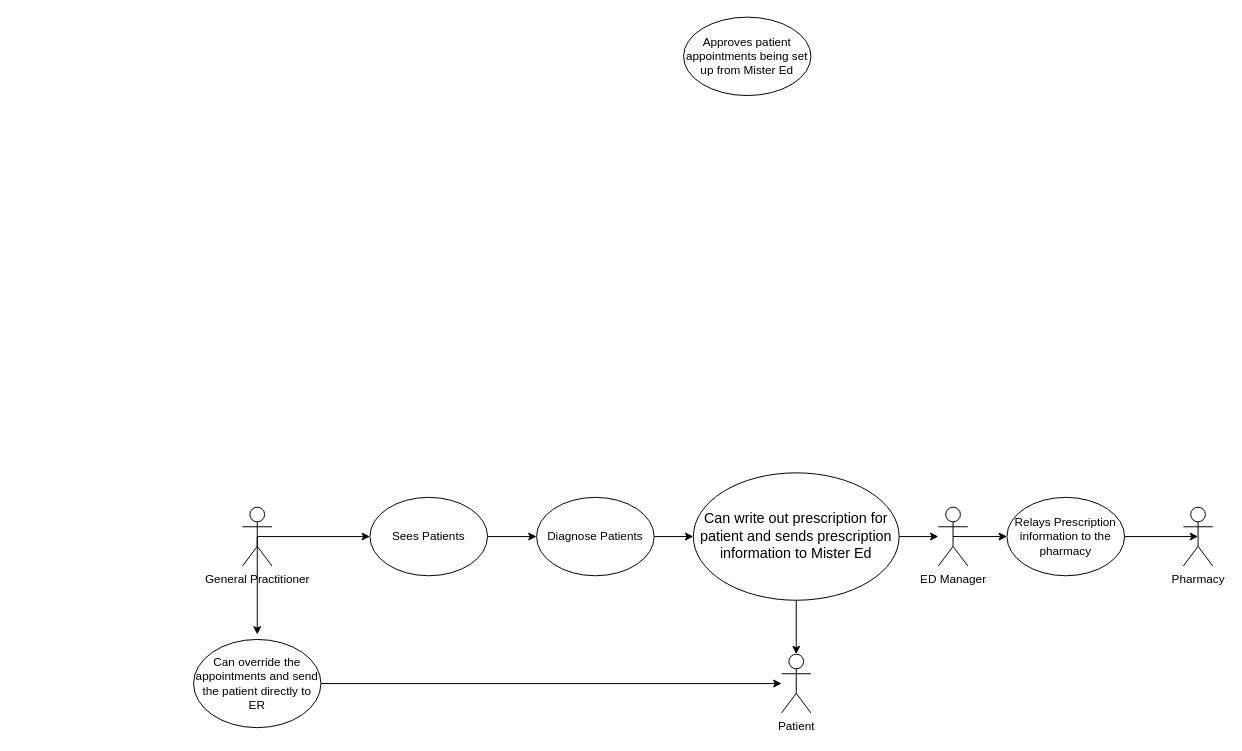
SENG-350-2024-fall/Team9 keeps this draw.io diagram as GeneralPractitioner.drawio. Above is the earlier version. Source tidied: cells renumbered, new cells numbered last; positions are measured from the earlier drawing's top-left corner, leaving out a move shared by most shapes. Both pictures are drawn from the tidied source at 98%, with x=0, y=0 at pixel (193, 17).
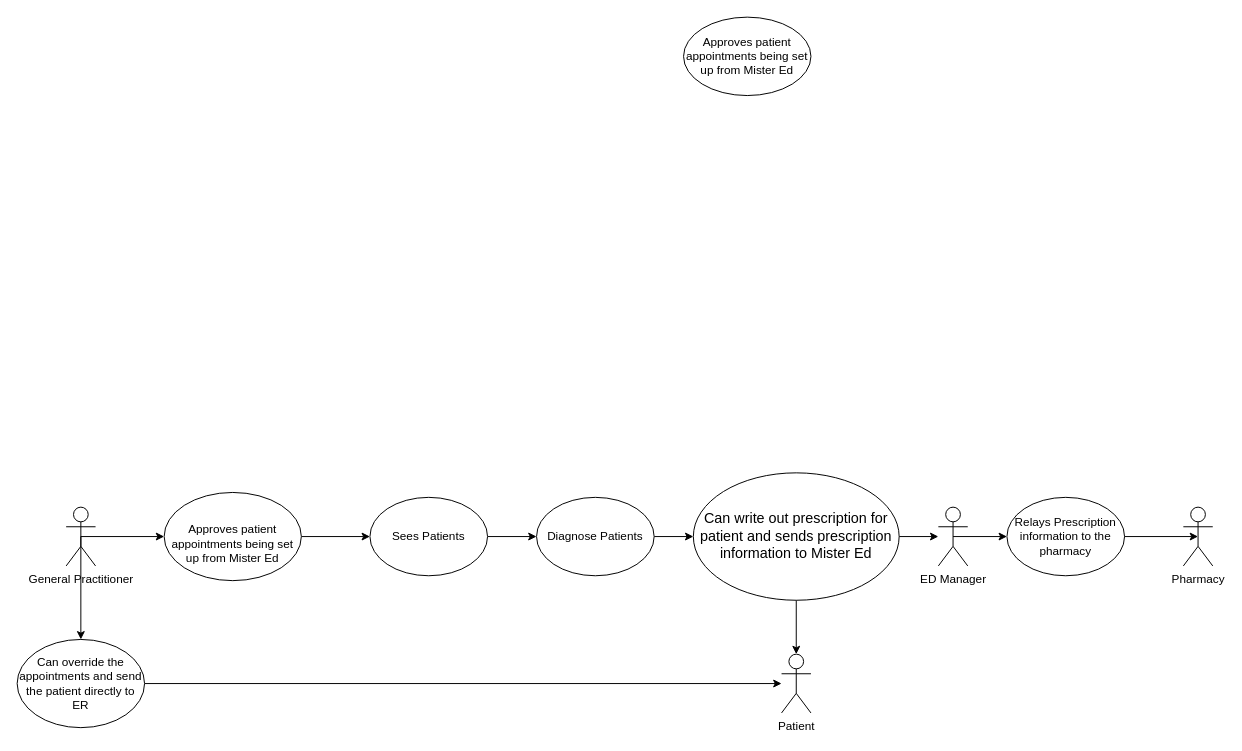
The same page after the edit.

Unchanged cells that the change refers to:
```xml
<mxCell id="10" value="Sees Patients" style="ellipse;whiteSpace=wrap;html=1;" parent="1" vertex="1">
  <mxGeometry x="180" y="490" width="120" height="80" as="geometry" />
</mxCell>
```

Change to the diagram source:
```diff
@@
-    <mxCell id="2" style="edgeStyle=orthogonalEdgeStyle;rounded=0;jettySize=auto;html=1;exitX=0.5;exitY=0.5;exitDx=0;exitDy=0;exitPerimeter=0;entryX=0;entryY=0.5;entryDx=0;entryDy=0;" parent="1" edge="1" source="4" target="10">
-      <mxGeometry relative="1" as="geometry" />
-    </mxCell>
-    <mxCell id="3" style="edgeStyle=orthogonalEdgeStyle;rounded=0;jettySize=auto;html=1;exitX=0.5;exitY=0.5;exitDx=0;exitDy=0;exitPerimeter=0;" parent="1" edge="1" source="4">
-      <mxGeometry relative="1" as="geometry">
-        <mxPoint x="65" y="630" as="targetPoint" />
-      </mxGeometry>
-    </mxCell>
+    <mxCell id="21" style="edgeStyle=orthogonalEdgeStyle;rounded=0;jettySize=auto;html=1;exitX=0.5;exitY=0.5;exitDx=0;exitDy=0;exitPerimeter=0;entryX=0;entryY=0.5;entryDx=0;entryDy=0;" parent="1" edge="1" source="4" target="24">
+      <mxGeometry relative="1" as="geometry" />
+    </mxCell>
+    <mxCell id="22" style="edgeStyle=orthogonalEdgeStyle;rounded=0;jettySize=auto;html=1;exitX=0.5;exitY=0.5;exitDx=0;exitDy=0;exitPerimeter=0;entryX=0.5;entryY=0;entryDx=0;entryDy=0;" parent="1" edge="1" source="4" target="14">
+      <mxGeometry relative="1" as="geometry" />
+    </mxCell>
     <mxCell id="4" value="General Practitioner" style="shape=umlActor;verticalLabelPosition=bottom;verticalAlign=top;html=1;outlineConnect=0;" parent="1" vertex="1">
-      <mxGeometry x="50" y="500" width="30" height="60" as="geometry" />
+      <mxGeometry x="-130" y="500" width="30" height="60" as="geometry" />
     </mxCell>
@@
     <mxCell id="14" value="Can override the appointments and send the patient directly to ER" style="ellipse;whiteSpace=wrap;html=1;" parent="1" vertex="1">
-      <mxGeometry y="635" width="130" height="90" as="geometry" />
+      <mxGeometry x="-180" y="635" width="130" height="90" as="geometry" />
     </mxCell>
@@
+    <mxCell id="23" style="edgeStyle=orthogonalEdgeStyle;rounded=0;jettySize=auto;html=1;exitX=1;exitY=0.5;exitDx=0;exitDy=0;entryX=0;entryY=0.5;entryDx=0;entryDy=0;" parent="1" edge="1" source="24" target="10">
+      <mxGeometry relative="1" as="geometry" />
+    </mxCell>
+    <mxCell id="24" value="&lt;div&gt;&lt;br&gt;&lt;/div&gt;&lt;div&gt;Approves patient appointments being set up from Mister Ed&lt;/div&gt;" style="ellipse;whiteSpace=wrap;html=1;" parent="1" vertex="1">
+      <mxGeometry x="-30" y="485" width="140" height="90" as="geometry" />
+    </mxCell>
```
